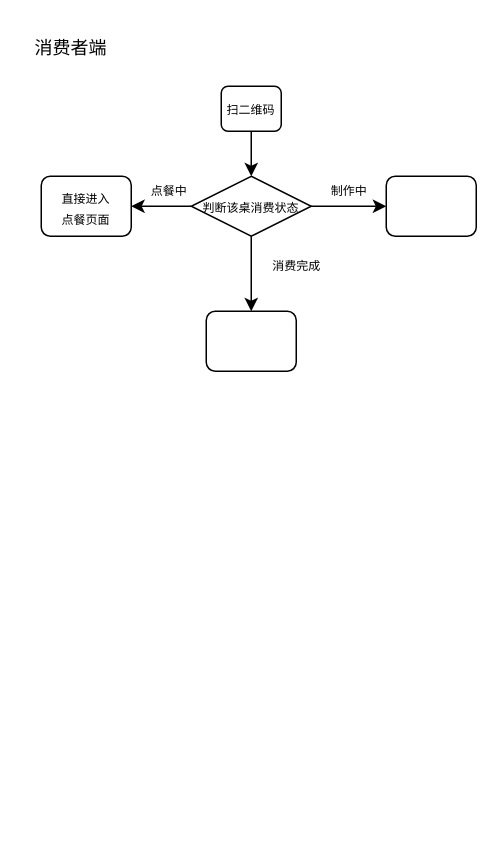
This is 流程图.drawio from lingxia/order-system, a draw.io file, before an edit. Source tidied: cells renumbered, new cells numbered last; positions are measured from the earlier drawing's top-left corner, leaving out a move shared by most shapes. Both pictures are drawn from the tidied source at 150%, with x=0, y=0 at pixel (26, 26).
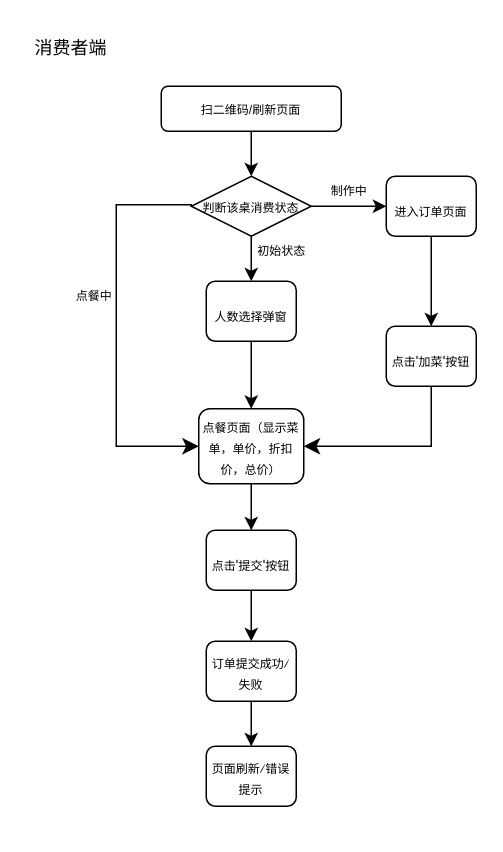
After the change.

Commit message (it also covers changes not shown here):
feat: 补充流程图

Unchanged cells that the change refers to:
```xml
<mxCell id="9" value="&lt;span style=&quot;font-size: 8px;&quot;&gt;判断该桌消费状态&lt;/span&gt;" style="rhombus;whiteSpace=wrap;html=1;" parent="1" vertex="1">
  <mxGeometry x="110" y="100" width="80" height="40" as="geometry" />
</mxCell>
```

Diff of the diagram source:
```diff
@@
-    <mxCell id="4" value="&lt;font style=&quot;font-size: 8px;&quot;&gt;扫二维码&lt;br&gt;&lt;/font&gt;" style="rounded=1;whiteSpace=wrap;html=1;" parent="1" vertex="1">
-      <mxGeometry x="130" y="40" width="40" height="30" as="geometry" />
+    <mxCell id="4" value="&lt;font style=&quot;font-size: 8px;&quot;&gt;扫二维码/刷新页面&lt;br&gt;&lt;/font&gt;" style="rounded=1;whiteSpace=wrap;html=1;" parent="1" vertex="1">
+      <mxGeometry x="90" y="40" width="120" height="30" as="geometry" />
     </mxCell>
+    <mxCell id="15" style="edgeStyle=none;html=1;fontSize=8;" parent="1" edge="1" source="5" target="21">
+      <mxGeometry relative="1" as="geometry" />
+    </mxCell>
-    <mxCell id="5" value="&lt;p style=&quot;line-height: 50%;&quot;&gt;&lt;font style=&quot;font-size: 8px;&quot;&gt;直接进入&lt;br&gt;点餐页面&lt;/font&gt;&lt;/p&gt;" style="rounded=1;whiteSpace=wrap;html=1;hachureGap=4;fontFamily=Architects Daughter;fontSize=20;" parent="1" vertex="1">
-      <mxGeometry x="10" y="100" width="60" height="40" as="geometry" />
+    <mxCell id="5" value="&lt;p style=&quot;line-height: 50%;&quot;&gt;&lt;font style=&quot;font-size: 8px;&quot;&gt;点餐页面（显示菜单，单价，折扣价，总价）&lt;/font&gt;&lt;/p&gt;" style="rounded=1;whiteSpace=wrap;html=1;hachureGap=4;fontFamily=Architects Daughter;fontSize=20;" parent="1" vertex="1">
+      <mxGeometry x="115" y="255" width="70" height="50" as="geometry" />
     </mxCell>
@@
-    <mxCell id="7" style="edgeStyle=none;html=1;fontSize=8;" parent="1" edge="1" source="9" target="5">
-      <mxGeometry relative="1" as="geometry" />
-    </mxCell>
@@
+    <mxCell id="16" style="edgeStyle=none;html=1;fontSize=8;" parent="1" edge="1" source="10" target="5">
+      <mxGeometry relative="1" as="geometry" />
+    </mxCell>
-    <mxCell id="10" style="rounded=1;whiteSpace=wrap;html=1;hachureGap=4;fontFamily=Architects Daughter;fontSize=20;" parent="1" vertex="1">
-      <mxGeometry x="120" y="190" width="60" height="40" as="geometry" />
+    <mxCell id="10" value="&lt;font style=&quot;font-size: 8px;&quot;&gt;人数选择弹窗&lt;/font&gt;" style="rounded=1;whiteSpace=wrap;html=1;hachureGap=4;fontFamily=Architects Daughter;fontSize=20;" parent="1" vertex="1">
+      <mxGeometry x="120" y="170" width="60" height="40" as="geometry" />
     </mxCell>
+    <mxCell id="17" style="edgeStyle=none;html=1;fontSize=8;" parent="1" edge="1" source="11" target="18">
+      <mxGeometry relative="1" as="geometry" />
+    </mxCell>
-    <mxCell id="11" style="rounded=1;whiteSpace=wrap;html=1;hachureGap=4;fontFamily=Architects Daughter;fontSize=20;" parent="1" vertex="1">
+    <mxCell id="11" value="&lt;font style=&quot;font-size: 8px;&quot;&gt;进入订单页面&lt;/font&gt;" style="rounded=1;whiteSpace=wrap;html=1;hachureGap=4;fontFamily=Architects Daughter;fontSize=20;" parent="1" vertex="1">
       <mxGeometry x="240" y="100" width="60" height="40" as="geometry" />
     </mxCell>
@@
+    <mxCell id="14" value="初始状态" style="text;html=1;align=center;verticalAlign=middle;strokeColor=none;fillColor=none;fontSize=8;" parent="1" vertex="1">
+      <mxGeometry x="140" y="140" width="60" height="20" as="geometry" />
+    </mxCell>
     <mxCell id="13" value="点餐中" style="text;html=1;align=center;verticalAlign=middle;strokeColor=none;fillColor=none;fontSize=8;" parent="1" vertex="1">
-      <mxGeometry x="70" y="100" width="50" height="20" as="geometry" />
+      <mxGeometry x="20" y="170" width="50" height="20" as="geometry" />
     </mxCell>
-    <mxCell id="14" value="消费完成" style="text;html=1;align=center;verticalAlign=middle;strokeColor=none;fillColor=none;fontSize=8;" parent="1" vertex="1">
-      <mxGeometry x="150" y="150" width="60" height="20" as="geometry" />
-    </mxCell>
+    <mxCell id="7" style="edgeStyle=segmentEdgeStyle;endArrow=classic;html=1;curved=0;rounded=0;endSize=8;startSize=8;sourcePerimeterSpacing=0;targetPerimeterSpacing=0;fontSize=8;exitX=0;exitY=0.5;exitDx=0;exitDy=0;entryX=0;entryY=0.5;entryDx=0;entryDy=0;" parent="1" edge="1" source="9" target="5">
+      <mxGeometry relative="1" as="geometry">
+        <Array as="points">
+          <mxPoint x="60" y="119" />
+          <mxPoint x="60" y="280" />
+        </Array>
+      </mxGeometry>
+    </mxCell>
+    <mxCell id="18" value="&lt;span style=&quot;font-size: 8px;&quot;&gt;点击“加菜”按钮&lt;/span&gt;" style="rounded=1;whiteSpace=wrap;html=1;hachureGap=4;fontFamily=Architects Daughter;fontSize=20;" parent="1" vertex="1">
+      <mxGeometry x="240" y="200" width="60" height="40" as="geometry" />
+    </mxCell>
+    <mxCell id="19" style="edgeStyle=segmentEdgeStyle;endArrow=classic;html=1;curved=0;rounded=0;endSize=8;startSize=8;sourcePerimeterSpacing=0;targetPerimeterSpacing=0;fontSize=8;exitX=0.5;exitY=1;exitDx=0;exitDy=0;entryX=1;entryY=0.5;entryDx=0;entryDy=0;" parent="1" edge="1" source="18" target="5">
+      <mxGeometry relative="1" as="geometry">
+        <Array as="points">
+          <mxPoint x="270" y="280" />
+        </Array>
+      </mxGeometry>
+    </mxCell>
+    <mxCell id="20" style="edgeStyle=none;html=1;fontSize=8;" parent="1" edge="1" source="21" target="24">
+      <mxGeometry relative="1" as="geometry" />
+    </mxCell>
+    <mxCell id="21" value="&lt;span style=&quot;font-size: 8px;&quot;&gt;点击“提交”按钮&lt;/span&gt;" style="rounded=1;whiteSpace=wrap;html=1;hachureGap=4;fontFamily=Architects Daughter;fontSize=20;" parent="1" vertex="1">
+      <mxGeometry x="120" y="336" width="60" height="40" as="geometry" />
+    </mxCell>
+    <mxCell id="22" value="&lt;p style=&quot;line-height: 50%;&quot;&gt;&lt;span style=&quot;font-size: 8px;&quot;&gt;页面刷新/错误提示&lt;/span&gt;&lt;/p&gt;" style="rounded=1;whiteSpace=wrap;html=1;hachureGap=4;fontFamily=Architects Daughter;fontSize=20;" parent="1" vertex="1">
+      <mxGeometry x="120" y="480" width="60" height="40" as="geometry" />
+    </mxCell>
+    <mxCell id="23" style="edgeStyle=none;html=1;fontSize=8;" parent="1" edge="1" source="24" target="22">
+      <mxGeometry relative="1" as="geometry" />
+    </mxCell>
+    <mxCell id="24" value="&lt;p style=&quot;line-height: 50%;&quot;&gt;&lt;span style=&quot;font-size: 8px;&quot;&gt;订单提交成功/失败&lt;/span&gt;&lt;/p&gt;" style="rounded=1;whiteSpace=wrap;html=1;hachureGap=4;fontFamily=Architects Daughter;fontSize=20;" parent="1" vertex="1">
+      <mxGeometry x="120" y="410" width="60" height="40" as="geometry" />
+    </mxCell>
```
